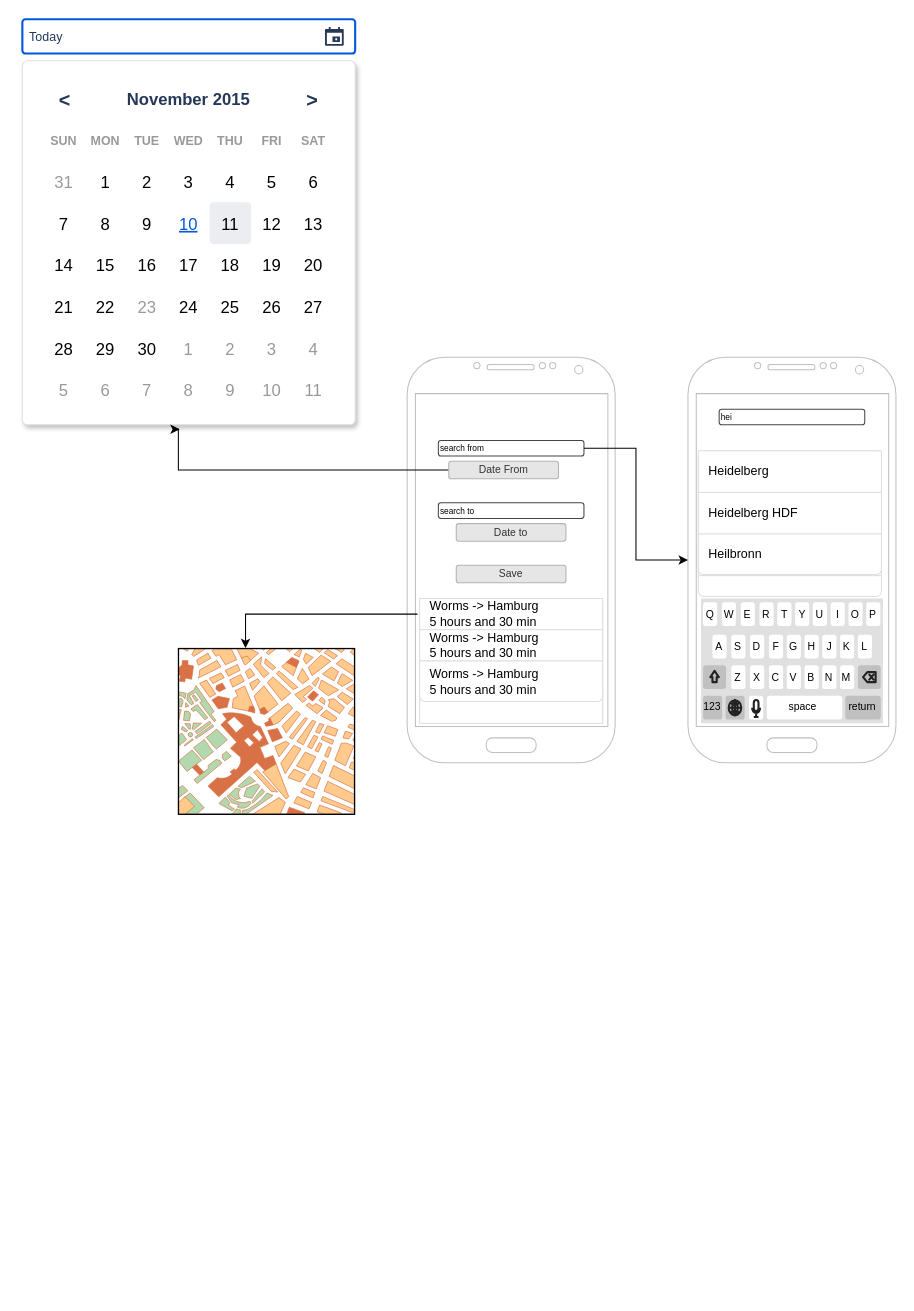
Above: routeRider.drawio in taioo/route-rider (draw.io), before the change. Source tidied: cells renumbered, new cells numbered last; positions are measured from the earlier drawing's top-left corner, leaving out a move shared by most shapes. Both pictures are drawn from the tidied source at 104%, with x=0, y=0 at pixel (22, 19). Pictures stored in the file or linked from it are replaced by grey dashed boxes.
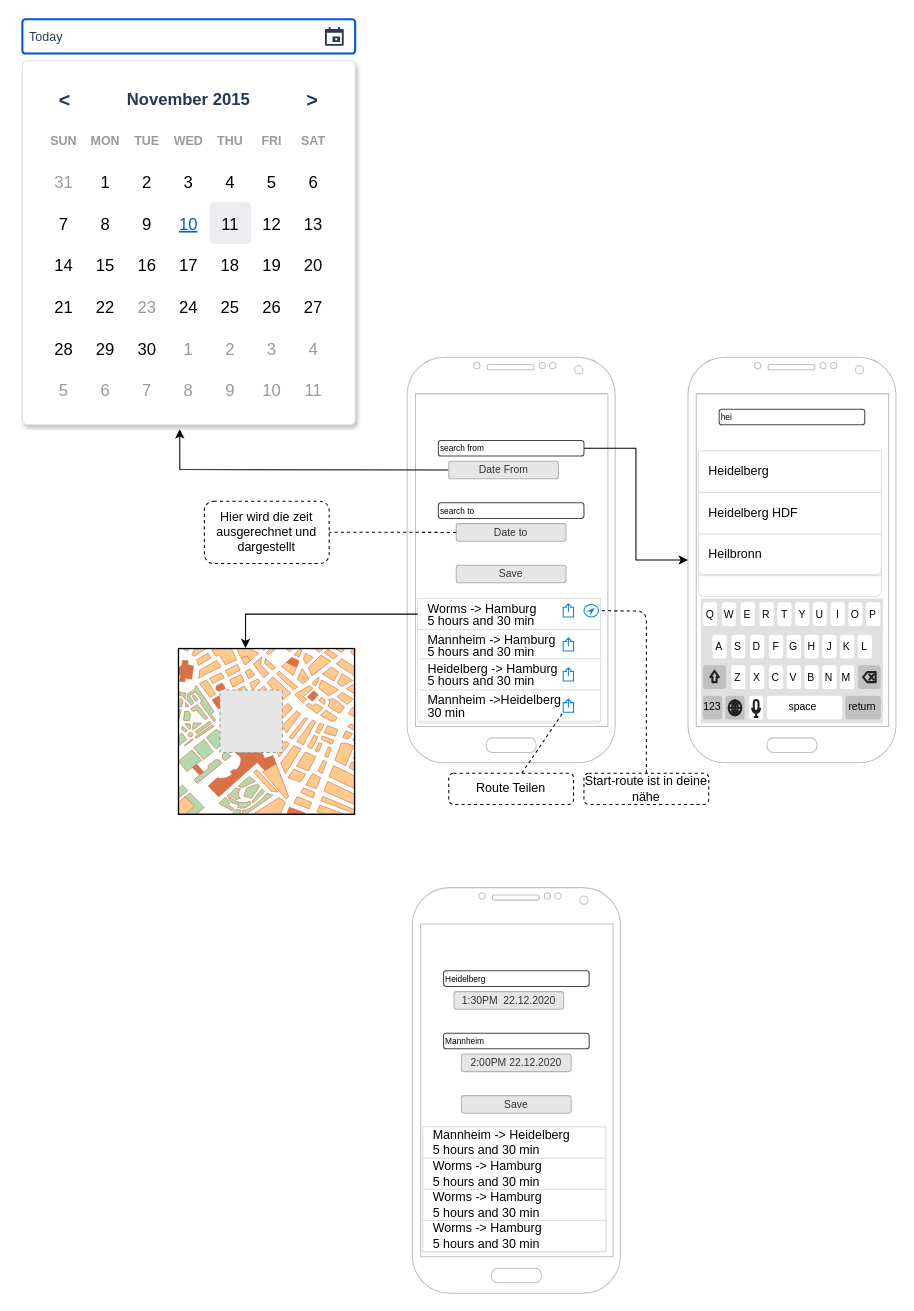
The same diagram, later.

Unchanged cells that the change refers to:
```xml
<mxCell id="24" style="shape=mxgraph.mockup.forms.rrect;rSize=5;strokeColor=#DFE1E5;fillColor=#ffffff;shadow=1;" parent="1" vertex="1">
  <mxGeometry y="40" width="320" height="350" as="geometry" />
</mxCell>
<mxCell id="78" value="Date&amp;nbsp;From" style="rounded=1;html=1;shadow=0;dashed=0;whiteSpace=wrap;fontSize=10;fillColor=#E6E6E6;align=center;strokeColor=#B3B3B3;fontColor=#333333;" parent="1" vertex="1">
  <mxGeometry x="410" y="425" width="105.5" height="16.9" as="geometry" />
</mxCell>
<mxCell id="79" value="Date to" style="rounded=1;html=1;shadow=0;dashed=0;whiteSpace=wrap;fontSize=10;fillColor=#E6E6E6;align=center;strokeColor=#B3B3B3;fontColor=#333333;" parent="1" vertex="1">
  <mxGeometry x="417.2" y="485" width="105.5" height="16.9" as="geometry" />
</mxCell>
```

The edit, as a diff of the source:
```diff
@@
     <mxCell id="9" style="html=1;shadow=0;dashed=0;shape=mxgraph.bootstrap.rrect;rSize=5;strokeColor=#DFDFDF;html=1;whiteSpace=wrap;fillColor=#FFFFFF;fontColor=#000000;" parent="1" vertex="1">
-      <mxGeometry x="382" y="557" width="176" height="120" as="geometry" />
+      <mxGeometry x="380" y="557" width="176" height="120" as="geometry" />
     </mxCell>
-    <mxCell id="10" value="Worms -&amp;gt; Hamburg&amp;nbsp;&lt;br&gt;5 hours and 30 min" style="strokeColor=inherit;fillColor=inherit;gradientColor=inherit;fontColor=inherit;html=1;shadow=0;dashed=0;perimeter=none;whiteSpace=wrap;align=left;spacing=10;" parent="9" vertex="1">
+    <mxCell id="10" value="&lt;p style=&quot;line-height: 100%&quot;&gt;Worms -&amp;gt; Hamburg&amp;nbsp;&lt;br&gt;5 hours and 30 min&lt;/p&gt;" style="strokeColor=inherit;fillColor=inherit;gradientColor=inherit;fontColor=inherit;html=1;shadow=0;dashed=0;perimeter=none;whiteSpace=wrap;align=left;spacing=10;" parent="9" vertex="1">
       <mxGeometry width="176" height="30" relative="1" as="geometry" />
     </mxCell>
-    <mxCell id="11" value="Worms -&amp;gt; Hamburg&amp;nbsp;&lt;br&gt;5 hours and 30 min" style="strokeColor=inherit;fillColor=inherit;gradientColor=inherit;fontColor=inherit;html=1;shadow=0;dashed=0;perimeter=none;whiteSpace=wrap;align=left;spacing=10;" parent="9" vertex="1">
+    <mxCell id="11" value="&lt;p style=&quot;line-height: 100%&quot;&gt;Mannheim -&amp;gt; Hamburg&amp;nbsp;&lt;br&gt;5 hours and 30 min&lt;/p&gt;" style="strokeColor=inherit;fillColor=inherit;gradientColor=inherit;fontColor=inherit;html=1;shadow=0;dashed=0;perimeter=none;whiteSpace=wrap;align=left;spacing=10;" parent="9" vertex="1">
       <mxGeometry width="176" height="30" relative="1" as="geometry">
         <mxPoint y="30" as="offset" />
       </mxGeometry>
     </mxCell>
-    <mxCell id="12" style="strokeColor=inherit;fillColor=inherit;gradientColor=inherit;fontColor=inherit;html=1;shadow=0;dashed=0;perimeter=none;whiteSpace=wrap;align=left;spacing=10;" parent="9" vertex="1">
-      <mxGeometry width="176" height="30" relative="1" as="geometry">
-        <mxPoint y="90" as="offset" />
-      </mxGeometry>
-    </mxCell>
-    <mxCell id="13" value="Worms -&amp;gt; Hamburg&amp;nbsp;&lt;br&gt;5 hours and 30 min" style="strokeColor=inherit;fillColor=inherit;gradientColor=inherit;fontColor=inherit;html=1;shadow=0;dashed=0;shape=mxgraph.bootstrap.bottomButton;rSize=5;perimeter=none;whiteSpace=wrap;align=left;spacing=10;" parent="9" vertex="1">
-      <mxGeometry y="1" width="176" height="39" relative="1" as="geometry">
-        <mxPoint y="-60" as="offset" />
-      </mxGeometry>
-    </mxCell>
+    <mxCell id="82" style="html=1;verticalLabelPosition=bottom;align=center;labelBackgroundColor=#ffffff;verticalAlign=top;strokeWidth=1;strokeColor=#0080F0;shadow=0;dashed=0;shape=mxgraph.ios7.icons.location_2;" parent="9" vertex="1">
+      <mxGeometry x="160" y="5.8" width="14" height="12" as="geometry" />
+    </mxCell>
+    <mxCell id="83" value="&lt;p style=&quot;line-height: 100%&quot;&gt;Heidelberg -&amp;gt; Hamburg&amp;nbsp;&lt;br&gt;5 hours and 30 min&lt;/p&gt;" style="strokeColor=inherit;fillColor=inherit;gradientColor=inherit;fontColor=inherit;html=1;shadow=0;dashed=0;perimeter=none;whiteSpace=wrap;align=left;spacing=10;" parent="9" vertex="1">
+      <mxGeometry y="58" width="176" height="30" as="geometry" />
+    </mxCell>
+    <mxCell id="84" value="&lt;p style=&quot;line-height: 100%&quot;&gt;Mannheim -&amp;gt;Heidelberg&amp;nbsp;&lt;br&gt;30 min&lt;/p&gt;" style="strokeColor=inherit;fillColor=inherit;gradientColor=inherit;fontColor=inherit;html=1;shadow=0;dashed=0;perimeter=none;whiteSpace=wrap;align=left;spacing=10;" parent="9" vertex="1">
+      <mxGeometry y="88" width="176" height="30" as="geometry" />
+    </mxCell>
+    <mxCell id="85" style="html=1;verticalLabelPosition=bottom;align=center;labelBackgroundColor=#ffffff;verticalAlign=top;strokeWidth=1;strokeColor=#0080F0;shadow=0;dashed=0;shape=mxgraph.ios7.icons.share;" parent="9" vertex="1">
+      <mxGeometry x="140" y="5.2" width="10" height="12.5" as="geometry" />
+    </mxCell>
+    <mxCell id="86" style="html=1;verticalLabelPosition=bottom;align=center;labelBackgroundColor=#ffffff;verticalAlign=top;strokeWidth=1;strokeColor=#0080F0;shadow=0;dashed=0;shape=mxgraph.ios7.icons.share;" parent="9" vertex="1">
+      <mxGeometry x="140" y="38" width="10" height="12.5" as="geometry" />
+    </mxCell>
+    <mxCell id="87" style="html=1;verticalLabelPosition=bottom;align=center;labelBackgroundColor=#ffffff;verticalAlign=top;strokeWidth=1;strokeColor=#0080F0;shadow=0;dashed=0;shape=mxgraph.ios7.icons.share;" parent="9" vertex="1">
+      <mxGeometry x="140" y="66.8" width="10" height="12.5" as="geometry" />
+    </mxCell>
+    <mxCell id="88" style="html=1;verticalLabelPosition=bottom;align=center;labelBackgroundColor=#ffffff;verticalAlign=top;strokeWidth=1;strokeColor=#0080F0;shadow=0;dashed=0;shape=mxgraph.ios7.icons.share;" parent="9" vertex="1">
+      <mxGeometry x="140" y="96.8" width="10" height="12.5" as="geometry" />
+    </mxCell>
@@
     <mxCell id="77" style="edgeStyle=orthogonalEdgeStyle;rounded=0;jettySize=auto;html=1;exitX=0.473;exitY=1.012;exitDx=0;exitDy=0;exitPerimeter=0;entryX=0;entryY=0.5;entryDx=0;entryDy=0;endArrow=none;endFill=0;startArrow=classic;startFill=1;" parent="1" edge="1" source="24" target="78">
       <mxGeometry relative="1" as="geometry">
         <Array as="points">
-          <mxPoint x="150" y="433" />
+          <mxPoint x="151" y="433" />
+          <mxPoint x="151" y="433" />
         </Array>
       </mxGeometry>
     </mxCell>
@@
+    <mxCell id="89" style="rounded=0;whiteSpace=wrap;html=1;" parent="1" vertex="1">
+      <mxGeometry x="380" y="865" width="190" height="330" as="geometry" />
+    </mxCell>
+    <mxCell id="90" style="verticalLabelPosition=bottom;verticalAlign=top;html=1;shadow=0;dashed=0;strokeWidth=1;shape=mxgraph.android.phone2;strokeColor=#c0c0c0;" parent="1" vertex="1">
+      <mxGeometry x="375" y="835" width="200" height="390" as="geometry" />
+    </mxCell>
+    <mxCell id="91" value="Heidelberg" style="strokeWidth=1;html=1;shadow=0;dashed=0;shape=mxgraph.ios.iTextInput;strokeColor=#444444;buttonText=;fontSize=8;whiteSpace=wrap;align=left;" parent="1" vertex="1">
+      <mxGeometry x="405" y="915" width="140" height="15" as="geometry" />
+    </mxCell>
+    <mxCell id="92" value="Mannheim" style="strokeWidth=1;html=1;shadow=0;dashed=0;shape=mxgraph.ios.iTextInput;strokeColor=#444444;buttonText=;fontSize=8;whiteSpace=wrap;align=left;" parent="1" vertex="1">
+      <mxGeometry x="405" y="975" width="140" height="15" as="geometry" />
+    </mxCell>
+    <mxCell id="93" style="html=1;shadow=0;dashed=0;shape=mxgraph.bootstrap.rrect;rSize=5;strokeColor=#DFDFDF;html=1;whiteSpace=wrap;fillColor=#FFFFFF;fontColor=#000000;" parent="1" vertex="1">
+      <mxGeometry x="385" y="1065" width="176" height="120" as="geometry" />
+    </mxCell>
+    <mxCell id="94" value="Worms -&amp;gt; Hamburg&amp;nbsp;&lt;br&gt;5 hours and 30 min" style="strokeColor=inherit;fillColor=inherit;gradientColor=inherit;fontColor=inherit;html=1;shadow=0;dashed=0;perimeter=none;whiteSpace=wrap;align=left;spacing=10;" parent="93" vertex="1">
+      <mxGeometry width="176" height="30" relative="1" as="geometry">
+        <mxPoint y="60" as="offset" />
+      </mxGeometry>
+    </mxCell>
+    <mxCell id="95" style="strokeColor=inherit;fillColor=inherit;gradientColor=inherit;fontColor=inherit;html=1;shadow=0;dashed=0;perimeter=none;whiteSpace=wrap;align=left;spacing=10;" parent="93" vertex="1">
+      <mxGeometry width="176" height="30" relative="1" as="geometry">
+        <mxPoint y="90" as="offset" />
+      </mxGeometry>
+    </mxCell>
+    <mxCell id="96" value="Worms -&amp;gt; Hamburg&amp;nbsp;&lt;br&gt;5 hours and 30 min" style="strokeColor=inherit;fillColor=inherit;gradientColor=inherit;fontColor=inherit;html=1;shadow=0;dashed=0;perimeter=none;whiteSpace=wrap;align=left;spacing=10;" parent="93" vertex="1">
+      <mxGeometry y="90" width="176" height="30" as="geometry" />
+    </mxCell>
+    <mxCell id="97" value="Worms -&amp;gt; Hamburg&amp;nbsp;&lt;br&gt;5 hours and 30 min" style="strokeColor=inherit;fillColor=inherit;gradientColor=inherit;fontColor=inherit;html=1;shadow=0;dashed=0;perimeter=none;whiteSpace=wrap;align=left;spacing=10;" parent="93" vertex="1">
+      <mxGeometry y="30" width="176" height="30" as="geometry" />
+    </mxCell>
+    <mxCell id="98" value="Mannheim -&amp;gt; Heidelberg&amp;nbsp;&lt;br&gt;5 hours and 30 min" style="strokeColor=inherit;fillColor=inherit;gradientColor=inherit;fontColor=inherit;html=1;shadow=0;dashed=0;perimeter=none;whiteSpace=wrap;align=left;spacing=10;" parent="93" vertex="1">
+      <mxGeometry width="176" height="30" as="geometry" />
+    </mxCell>
+    <mxCell id="99" value="Save" style="rounded=1;html=1;shadow=0;dashed=0;whiteSpace=wrap;fontSize=10;fillColor=#E6E6E6;align=center;strokeColor=#B3B3B3;fontColor=#333333;" parent="1" vertex="1">
+      <mxGeometry x="422.2" y="1035" width="105.5" height="16.9" as="geometry" />
+    </mxCell>
+    <mxCell id="100" value="1:30PM &amp;nbsp;22.12.2020" style="rounded=1;html=1;shadow=0;dashed=0;whiteSpace=wrap;fontSize=10;fillColor=#E6E6E6;align=center;strokeColor=#B3B3B3;fontColor=#333333;" parent="1" vertex="1">
+      <mxGeometry x="415" y="935" width="105.5" height="16.9" as="geometry" />
+    </mxCell>
+    <mxCell id="101" value="2:00PM 22.12.2020" style="rounded=1;html=1;shadow=0;dashed=0;whiteSpace=wrap;fontSize=10;fillColor=#E6E6E6;align=center;strokeColor=#B3B3B3;fontColor=#333333;" parent="1" vertex="1">
+      <mxGeometry x="422.2" y="995" width="105.5" height="16.9" as="geometry" />
+    </mxCell>
+    <mxCell id="102" value="Hier wird die zeit ausgerechnet und dargestellt" style="rounded=1;whiteSpace=wrap;html=1;dashed=1;" parent="1" vertex="1">
+      <mxGeometry x="175" y="463.4" width="120" height="60" as="geometry" />
+    </mxCell>
+    <mxCell id="103" style="endArrow=none;html=1;entryX=1;entryY=0.5;entryDx=0;entryDy=0;exitX=0;exitY=0.5;exitDx=0;exitDy=0;dashed=1;endFill=0;" parent="1" edge="1" source="79">
+      <mxGeometry relative="1" as="geometry">
+        <mxPoint x="295" y="493.2" as="targetPoint" />
+      </mxGeometry>
+    </mxCell>
+    <mxCell id="104" style="fillColor=#E6E6E6;strokeColor=#999999;dashed=1;html=1;verticalAlign=top;verticalLabelPosition=bottom;labelBackgroundColor=#ffffff;" parent="1" vertex="1">
+      <mxGeometry x="190" y="645" width="60" height="60" as="geometry" />
+    </mxCell>
+    <mxCell id="105" value="Start-route ist in deine nähe" style="rounded=1;whiteSpace=wrap;html=1;dashed=1;" parent="1" vertex="1">
+      <mxGeometry x="540" y="725" width="120" height="30" as="geometry" />
+    </mxCell>
+    <mxCell id="106" style="endArrow=none;html=1;exitX=0.5;exitY=0;exitDx=0;exitDy=0;dashed=1;endFill=0;entryX=1.01;entryY=0.5;entryDx=0;entryDy=0;entryPerimeter=0;" parent="1" edge="1" source="105" target="82">
+      <mxGeometry relative="1" as="geometry">
+        <Array as="points">
+          <mxPoint x="600" y="569" />
+        </Array>
+      </mxGeometry>
+    </mxCell>
+    <mxCell id="107" value="Route Teilen" style="rounded=1;whiteSpace=wrap;html=1;dashed=1;" parent="1" vertex="1">
+      <mxGeometry x="410" y="725" width="120" height="30" as="geometry" />
+    </mxCell>
+    <mxCell id="108" style="endArrow=none;html=1;dashed=1;endFill=0;entryX=-0.061;entryY=1.087;entryDx=0;entryDy=0;entryPerimeter=0;" parent="1" edge="1" source="107" target="88">
+      <mxGeometry relative="1" as="geometry" />
+    </mxCell>
```
